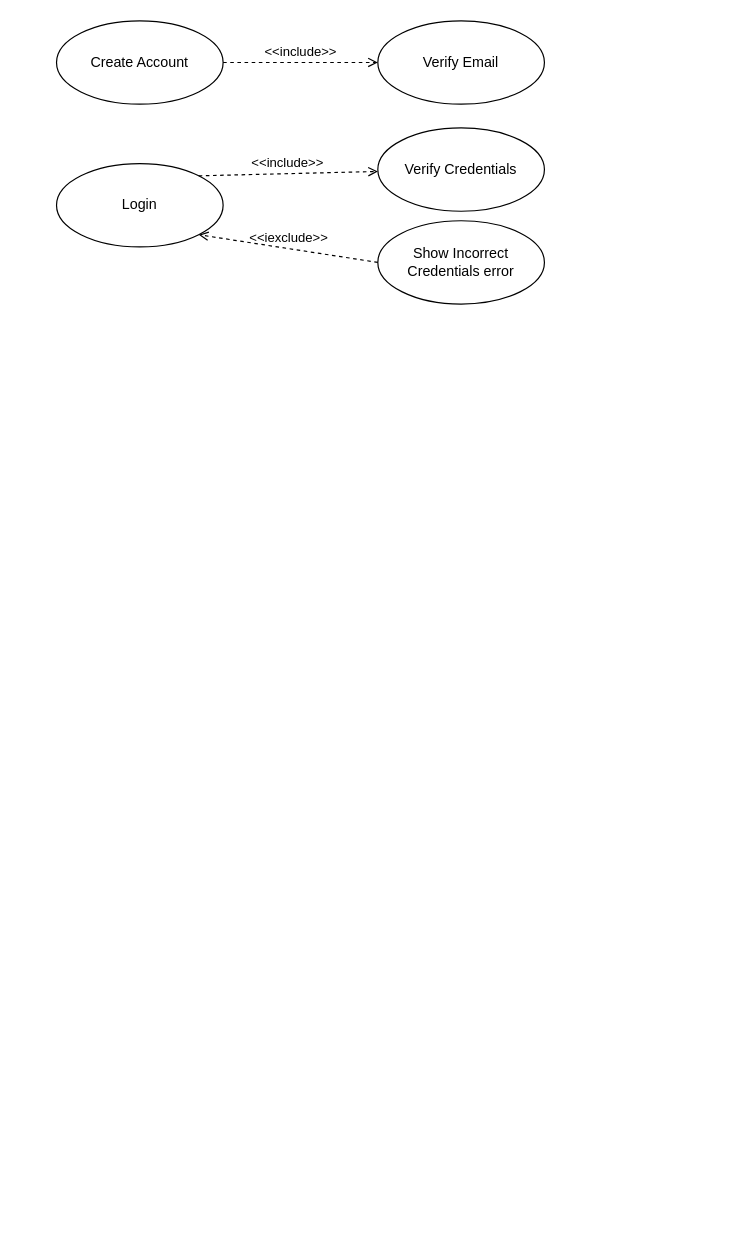
Above: FYP-USE_CASE.drawio in MS1034/fyp-digrams-reports (draw.io), before the change. Source tidied: cells renumbered, new cells numbered last; positions are measured from the earlier drawing's top-left corner, leaving out a move shared by most shapes. Both pictures are drawn from the tidied source at 119%, with x=0, y=0 at pixel (56, 20).
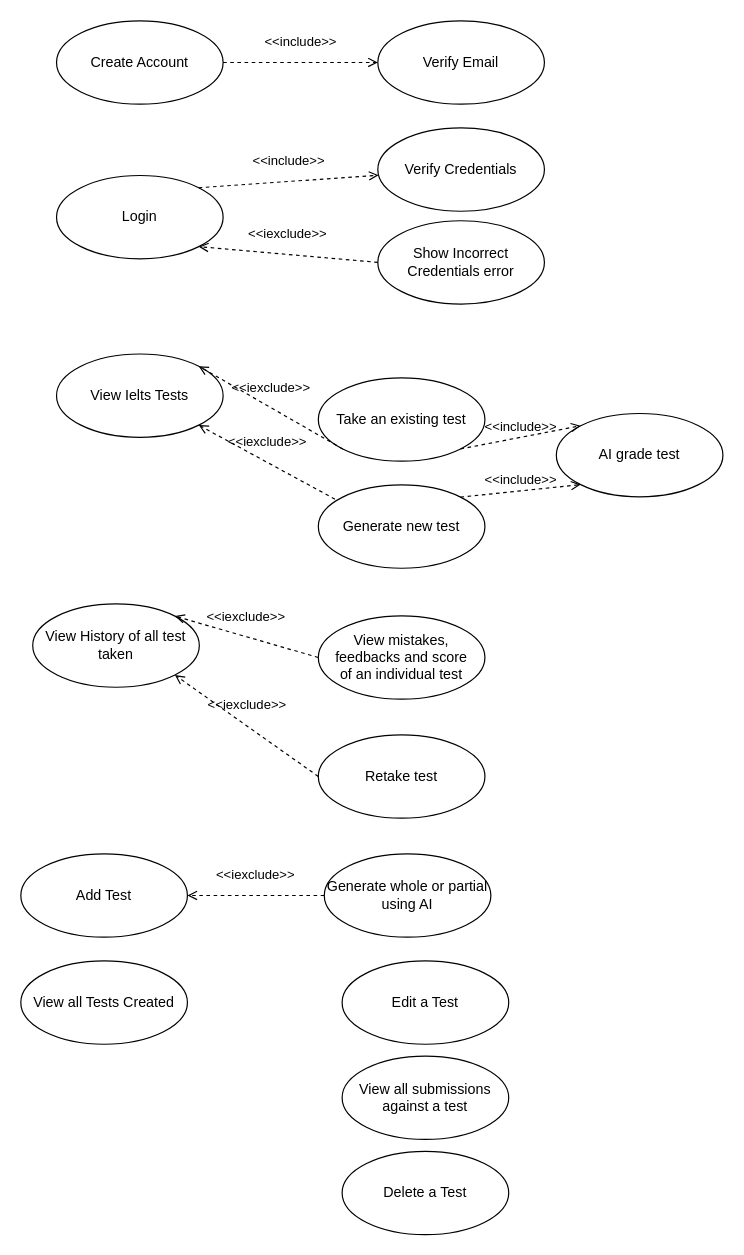
The same diagram, later.

What changed in the source:
```diff
@@
-    <mxCell id="2" value="Create Account" style="ellipse;whiteSpace=wrap;html=1;" parent="1" vertex="1">
+    <mxCell id="2" value="Create Account" style="ellipse;whiteSpace=wrap;html=1;spacing=10;" parent="1" vertex="1">
       <mxGeometry width="140" height="70" as="geometry" />
     </mxCell>
-    <mxCell id="3" value="&amp;lt;&amp;lt;include&amp;gt;&amp;gt;" style="html=1;verticalAlign=bottom;labelBackgroundColor=none;endArrow=open;endFill=0;dashed=1;rounded=0;exitX=1;exitY=0.5;exitDx=0;exitDy=0;entryX=0;entryY=0.5;entryDx=0;entryDy=0;" parent="1" edge="1" source="2" target="4">
+    <mxCell id="3" value="&amp;lt;&amp;lt;include&amp;gt;&amp;gt;" style="html=1;verticalAlign=bottom;labelBackgroundColor=none;endArrow=open;endFill=0;dashed=1;rounded=0;exitX=1;exitY=0.5;exitDx=0;exitDy=0;entryX=0;entryY=0.5;entryDx=0;entryDy=0;spacing=10;" parent="1" edge="1" source="2" target="4">
       <mxGeometry relative="1" as="geometry" />
     </mxCell>
-    <mxCell id="4" value="Verify Email" style="ellipse;whiteSpace=wrap;html=1;" parent="1" vertex="1">
+    <mxCell id="4" value="Verify Email" style="ellipse;whiteSpace=wrap;html=1;spacing=10;" parent="1" vertex="1">
       <mxGeometry x="270" width="140" height="70" as="geometry" />
     </mxCell>
-    <mxCell id="5" value="Login" style="ellipse;whiteSpace=wrap;html=1;" parent="1" vertex="1">
-      <mxGeometry y="120" width="140" height="70" as="geometry" />
+    <mxCell id="5" value="Login" style="ellipse;whiteSpace=wrap;html=1;spacing=10;" parent="1" vertex="1">
+      <mxGeometry y="130" width="140" height="70" as="geometry" />
     </mxCell>
-    <mxCell id="6" value="Verify Credentials" style="ellipse;whiteSpace=wrap;html=1;" parent="1" vertex="1">
+    <mxCell id="6" value="Verify Credentials" style="ellipse;whiteSpace=wrap;html=1;spacing=10;" parent="1" vertex="1">
       <mxGeometry x="270" y="90" width="140" height="70" as="geometry" />
     </mxCell>
-    <mxCell id="7" value="Show Incorrect Credentials error" style="ellipse;whiteSpace=wrap;html=1;" parent="1" vertex="1">
+    <mxCell id="7" value="Show Incorrect Credentials error" style="ellipse;whiteSpace=wrap;html=1;spacing=10;" parent="1" vertex="1">
       <mxGeometry x="270" y="168" width="140" height="70" as="geometry" />
     </mxCell>
-    <mxCell id="8" value="&amp;lt;&amp;lt;include&amp;gt;&amp;gt;" style="html=1;verticalAlign=bottom;labelBackgroundColor=none;endArrow=open;endFill=0;dashed=1;rounded=0;exitX=1;exitY=0;exitDx=0;exitDy=0;" parent="1" edge="1" source="5" target="6">
+    <mxCell id="8" value="&amp;lt;&amp;lt;include&amp;gt;&amp;gt;" style="html=1;verticalAlign=bottom;labelBackgroundColor=none;endArrow=open;endFill=0;dashed=1;rounded=0;exitX=1;exitY=0;exitDx=0;exitDy=0;spacing=10;" parent="1" edge="1" source="5" target="6">
       <mxGeometry relative="1" as="geometry" />
     </mxCell>
-    <mxCell id="9" value="&amp;lt;&amp;lt;iexclude&amp;gt;&amp;gt;" style="html=1;verticalAlign=bottom;labelBackgroundColor=none;endArrow=open;endFill=0;dashed=1;rounded=0;exitX=0;exitY=0.5;exitDx=0;exitDy=0;entryX=1;entryY=1;entryDx=0;entryDy=0;" parent="1" edge="1" source="7" target="5">
+    <mxCell id="9" value="&amp;lt;&amp;lt;iexclude&amp;gt;&amp;gt;" style="html=1;verticalAlign=bottom;labelBackgroundColor=none;endArrow=open;endFill=0;dashed=1;rounded=0;exitX=0;exitY=0.5;exitDx=0;exitDy=0;entryX=1;entryY=1;entryDx=0;entryDy=0;spacing=10;" parent="1" edge="1" source="7" target="5">
       <mxGeometry relative="1" as="geometry" />
     </mxCell>
+    <mxCell id="10" value="View Ielts Tests" style="ellipse;whiteSpace=wrap;html=1;spacing=10;" parent="1" vertex="1">
+      <mxGeometry y="280" width="140" height="70" as="geometry" />
+    </mxCell>
+    <mxCell id="11" value="Take an existing test" style="ellipse;whiteSpace=wrap;html=1;spacing=10;" parent="1" vertex="1">
+      <mxGeometry x="220" y="300" width="140" height="70" as="geometry" />
+    </mxCell>
+    <mxCell id="12" value="Generate new test" style="ellipse;whiteSpace=wrap;html=1;spacing=10;" parent="1" vertex="1">
+      <mxGeometry x="220" y="390" width="140" height="70" as="geometry" />
+    </mxCell>
+    <mxCell id="13" value="&amp;lt;&amp;lt;iexclude&amp;gt;&amp;gt;" style="html=1;verticalAlign=bottom;labelBackgroundColor=none;endArrow=open;endFill=0;dashed=1;rounded=0;exitX=0;exitY=1;exitDx=0;exitDy=0;entryX=1;entryY=0;entryDx=0;entryDy=0;spacing=10;" parent="1" edge="1" source="11" target="10">
+      <mxGeometry relative="1" as="geometry" />
+    </mxCell>
+    <mxCell id="14" value="&amp;lt;&amp;lt;iexclude&amp;gt;&amp;gt;" style="html=1;verticalAlign=bottom;labelBackgroundColor=none;endArrow=open;endFill=0;dashed=1;rounded=0;exitX=0.1;exitY=0.171;exitDx=0;exitDy=0;entryX=1;entryY=1;entryDx=0;entryDy=0;exitPerimeter=0;spacing=10;" parent="1" edge="1" source="12" target="10">
+      <mxGeometry relative="1" as="geometry" />
+    </mxCell>
+    <mxCell id="15" value="AI grade test" style="ellipse;whiteSpace=wrap;html=1;spacing=10;" parent="1" vertex="1">
+      <mxGeometry x="420" y="330" width="140" height="70" as="geometry" />
+    </mxCell>
+    <mxCell id="16" value="View History of all test taken" style="ellipse;whiteSpace=wrap;html=1;spacing=10;" parent="1" vertex="1">
+      <mxGeometry x="-20" y="490" width="140" height="70" as="geometry" />
+    </mxCell>
+    <mxCell id="17" value="View mistakes, feedbacks and score of an individual test" style="ellipse;whiteSpace=wrap;html=1;spacing=10;" parent="1" vertex="1">
+      <mxGeometry x="220" y="500" width="140" height="70" as="geometry" />
+    </mxCell>
+    <mxCell id="18" value="Retake test" style="ellipse;whiteSpace=wrap;html=1;" parent="1" vertex="1">
+      <mxGeometry x="220" y="600" width="140" height="70" as="geometry" />
+    </mxCell>
+    <mxCell id="19" value="&amp;lt;&amp;lt;include&amp;gt;&amp;gt;" style="html=1;verticalAlign=bottom;labelBackgroundColor=none;endArrow=open;endFill=0;dashed=1;rounded=0;exitX=1;exitY=1;exitDx=0;exitDy=0;entryX=0;entryY=0;entryDx=0;entryDy=0;" parent="1" edge="1" source="11" target="15">
+      <mxGeometry relative="1" as="geometry" />
+    </mxCell>
+    <mxCell id="20" value="&amp;lt;&amp;lt;include&amp;gt;&amp;gt;" style="html=1;verticalAlign=bottom;labelBackgroundColor=none;endArrow=open;endFill=0;dashed=1;rounded=0;exitX=1;exitY=0;exitDx=0;exitDy=0;entryX=0;entryY=1;entryDx=0;entryDy=0;" parent="1" edge="1" source="12" target="15">
+      <mxGeometry relative="1" as="geometry" />
+    </mxCell>
+    <mxCell id="21" value="&amp;lt;&amp;lt;iexclude&amp;gt;&amp;gt;" style="html=1;verticalAlign=bottom;labelBackgroundColor=none;endArrow=open;endFill=0;dashed=1;rounded=0;exitX=0;exitY=0.5;exitDx=0;exitDy=0;entryX=1;entryY=0;entryDx=0;entryDy=0;spacing=10;" parent="1" edge="1" source="17" target="16">
+      <mxGeometry relative="1" as="geometry" />
+    </mxCell>
+    <mxCell id="22" value="&amp;lt;&amp;lt;iexclude&amp;gt;&amp;gt;" style="html=1;verticalAlign=bottom;labelBackgroundColor=none;endArrow=open;endFill=0;dashed=1;rounded=0;exitX=0;exitY=0.5;exitDx=0;exitDy=0;entryX=1;entryY=1;entryDx=0;entryDy=0;spacing=10;" parent="1" edge="1" source="18" target="16">
+      <mxGeometry relative="1" as="geometry" />
+    </mxCell>
+    <mxCell id="23" value="Add Test" style="ellipse;whiteSpace=wrap;html=1;" parent="1" vertex="1">
+      <mxGeometry x="-30" y="700" width="140" height="70" as="geometry" />
+    </mxCell>
+    <mxCell id="24" value="Generate whole or partial using AI" style="ellipse;whiteSpace=wrap;html=1;" parent="1" vertex="1">
+      <mxGeometry x="225" y="700" width="140" height="70" as="geometry" />
+    </mxCell>
+    <mxCell id="25" value="&amp;lt;&amp;lt;iexclude&amp;gt;&amp;gt;" style="html=1;verticalAlign=bottom;labelBackgroundColor=none;endArrow=open;endFill=0;dashed=1;rounded=0;exitX=0;exitY=0.5;exitDx=0;exitDy=0;entryX=1;entryY=0.5;entryDx=0;entryDy=0;spacing=10;" parent="1" edge="1" source="24" target="23">
+      <mxGeometry relative="1" as="geometry" />
+    </mxCell>
+    <mxCell id="26" value="View all Tests Created" style="ellipse;whiteSpace=wrap;html=1;" parent="1" vertex="1">
+      <mxGeometry x="-30" y="790" width="140" height="70" as="geometry" />
+    </mxCell>
+    <mxCell id="27" value="Edit a Test" style="ellipse;whiteSpace=wrap;html=1;" parent="1" vertex="1">
+      <mxGeometry x="240" y="790" width="140" height="70" as="geometry" />
+    </mxCell>
+    <mxCell id="28" value="Delete a Test" style="ellipse;whiteSpace=wrap;html=1;" parent="1" vertex="1">
+      <mxGeometry x="240" y="950" width="140" height="70" as="geometry" />
+    </mxCell>
+    <mxCell id="29" value="View all submissions against a test" style="ellipse;whiteSpace=wrap;html=1;" parent="1" vertex="1">
+      <mxGeometry x="240" y="870" width="140" height="70" as="geometry" />
+    </mxCell>
```
